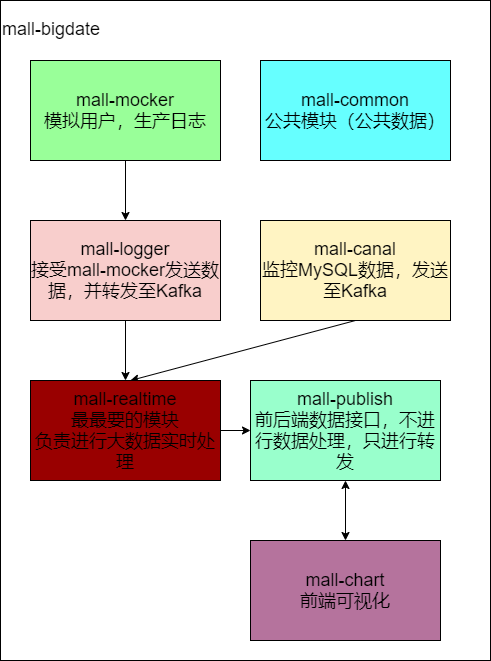
Before: 分模块功能.png, a diagram exported from draw.io (dyzcs/mall-2020). Source tidied: cells renumbered, new cells last; positions are measured from the earlier drawing's top-left corner, leaving out a move shared by most shapes.
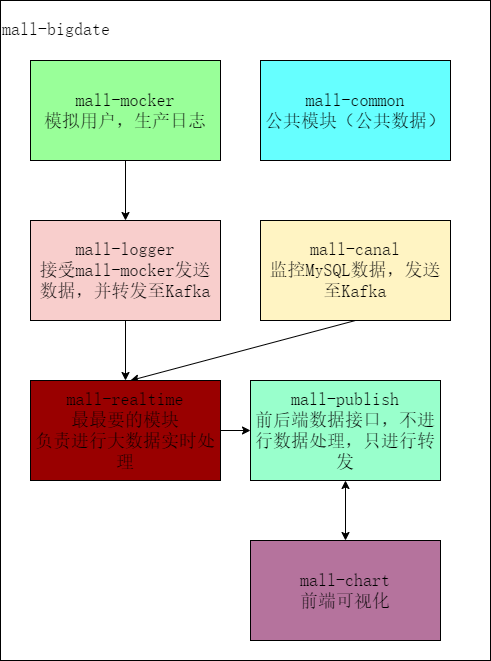
After the change.

Commit message:
更新分模块功能.png

What changed in the source:
```diff
@@ -2,45 +2,45 @@
   <root>
     <mxCell id="0" />
     <mxCell id="1" parent="0" />
-    <mxCell id="2" value="&lt;h1 style=&quot;font-size: 18px;&quot;&gt;&lt;span style=&quot;font-weight: normal; font-size: 18px;&quot;&gt;mall-bigdate&lt;/span&gt;&lt;/h1&gt;" style="rounded=0;whiteSpace=wrap;html=1;align=left;verticalAlign=top;labelBackgroundColor=#ffffff;fontSize=18;" parent="1" vertex="1">
+    <mxCell id="2" value="&lt;h1 style=&quot;font-size: 18px;&quot;&gt;&lt;span style=&quot;font-weight: normal; font-size: 18px;&quot;&gt;mall-bigdate&lt;/span&gt;&lt;/h1&gt;" style="rounded=0;whiteSpace=wrap;html=1;align=left;verticalAlign=top;labelBackgroundColor=#ffffff;fontSize=18;fontFamily=宋体;fontSource=https%3A%2F%2Ffonts.googleapis.com%2Fcss%3Ffamily%3D%25E5%25AE%258B%25E4%25BD%2593;" parent="1" vertex="1">
       <mxGeometry width="490" height="660" as="geometry" />
     </mxCell>
-    <mxCell id="3" style="edgeStyle=none;rounded=0;jettySize=auto;html=1;entryX=0.5;entryY=0;entryDx=0;entryDy=0;fontSize=18;" parent="1" edge="1" source="4" target="10">
+    <mxCell id="3" style="edgeStyle=none;rounded=0;jettySize=auto;html=1;entryX=0.5;entryY=0;entryDx=0;entryDy=0;fontSize=18;fontFamily=宋体;fontSource=https%3A%2F%2Ffonts.googleapis.com%2Fcss%3Ffamily%3D%25E5%25AE%258B%25E4%25BD%2593;" parent="1" edge="1" source="4" target="10">
       <mxGeometry relative="1" as="geometry" />
     </mxCell>
-    <mxCell id="4" value="mall-mocker&lt;div style=&quot;font-size: 18px;&quot;&gt;模拟用户，生产日志&lt;/div&gt;" style="rounded=0;whiteSpace=wrap;html=1;labelBackgroundColor=#99FF99;fillColor=#99FF99;fontSize=18;" parent="1" vertex="1">
+    <mxCell id="4" value="mall-mocker&lt;div style=&quot;font-size: 18px;&quot;&gt;模拟用户，生产日志&lt;/div&gt;" style="rounded=0;whiteSpace=wrap;html=1;labelBackgroundColor=#99FF99;fillColor=#99FF99;fontSize=18;fontFamily=宋体;fontSource=https%3A%2F%2Ffonts.googleapis.com%2Fcss%3Ffamily%3D%25E5%25AE%258B%25E4%25BD%2593;" parent="1" vertex="1">
       <mxGeometry x="30" y="60" width="190" height="100" as="geometry" />
     </mxCell>
-    <mxCell id="5" style="rounded=0;jettySize=auto;html=1;exitX=0.5;exitY=1;exitDx=0;exitDy=0;fontSize=18;" parent="1" edge="1" source="6">
+    <mxCell id="5" style="rounded=0;jettySize=auto;html=1;exitX=0.5;exitY=1;exitDx=0;exitDy=0;fontSize=18;fontFamily=宋体;fontSource=https%3A%2F%2Ffonts.googleapis.com%2Fcss%3Ffamily%3D%25E5%25AE%258B%25E4%25BD%2593;" parent="1" edge="1" source="6">
       <mxGeometry relative="1" as="geometry">
         <mxPoint x="130" y="380" as="targetPoint" />
       </mxGeometry>
     </mxCell>
-    <mxCell id="6" value="mall-canal&lt;br style=&quot;font-size: 18px;&quot;&gt;监控MySQL数据，发送至Kafka" style="rounded=0;whiteSpace=wrap;html=1;fillColor=#FFF4C3;fontSize=18;" parent="1" vertex="1">
+    <mxCell id="6" value="mall-canal&lt;br style=&quot;font-size: 18px;&quot;&gt;监控MySQL数据，发送至Kafka" style="rounded=0;whiteSpace=wrap;html=1;fillColor=#FFF4C3;fontSize=18;fontFamily=宋体;fontSource=https%3A%2F%2Ffonts.googleapis.com%2Fcss%3Ffamily%3D%25E5%25AE%258B%25E4%25BD%2593;" parent="1" vertex="1">
       <mxGeometry x="260" y="220" width="190" height="100" as="geometry" />
     </mxCell>
-    <mxCell id="7" value="mall-chart&lt;br style=&quot;font-size: 18px;&quot;&gt;前端可视化" style="rounded=0;whiteSpace=wrap;html=1;fillColor=#B5739D;fontSize=18;" parent="1" vertex="1">
+    <mxCell id="7" value="mall-chart&lt;br style=&quot;font-size: 18px;&quot;&gt;前端可视化" style="rounded=0;whiteSpace=wrap;html=1;fillColor=#B5739D;fontSize=18;fontFamily=宋体;fontSource=https%3A%2F%2Ffonts.googleapis.com%2Fcss%3Ffamily%3D%25E5%25AE%258B%25E4%25BD%2593;" parent="1" vertex="1">
       <mxGeometry x="250" y="540" width="190" height="100" as="geometry" />
     </mxCell>
-    <mxCell id="8" value="mall-common&lt;br style=&quot;font-size: 18px;&quot;&gt;公共模块（公共数据）" style="rounded=0;whiteSpace=wrap;html=1;fillColor=#66FFFF;fontSize=18;" parent="1" vertex="1">
+    <mxCell id="8" value="mall-common&lt;br style=&quot;font-size: 18px;&quot;&gt;公共模块（公共数据）" style="rounded=0;whiteSpace=wrap;html=1;fillColor=#66FFFF;fontSize=18;fontFamily=宋体;fontSource=https%3A%2F%2Ffonts.googleapis.com%2Fcss%3Ffamily%3D%25E5%25AE%258B%25E4%25BD%2593;" parent="1" vertex="1">
       <mxGeometry x="260" y="60" width="190" height="100" as="geometry" />
     </mxCell>
-    <mxCell id="9" style="edgeStyle=orthogonalEdgeStyle;rounded=0;jettySize=auto;html=1;fontSize=18;" parent="1" edge="1" source="10" target="13">
+    <mxCell id="9" style="edgeStyle=orthogonalEdgeStyle;rounded=0;jettySize=auto;html=1;fontSize=18;fontFamily=宋体;fontSource=https%3A%2F%2Ffonts.googleapis.com%2Fcss%3Ffamily%3D%25E5%25AE%258B%25E4%25BD%2593;" parent="1" edge="1" source="10" target="13">
       <mxGeometry relative="1" as="geometry" />
     </mxCell>
-    <mxCell id="10" value="mall-logger&lt;br style=&quot;font-size: 18px;&quot;&gt;接受mall-mocker发送数据，并转发至Kafka" style="rounded=0;whiteSpace=wrap;html=1;fillColor=#F8CECC;fontSize=18;" parent="1" vertex="1">
+    <mxCell id="10" value="mall-logger&lt;br style=&quot;font-size: 18px;&quot;&gt;接受mall-mocker发送数据，并转发至Kafka" style="rounded=0;whiteSpace=wrap;html=1;fillColor=#F8CECC;fontSize=18;fontFamily=宋体;fontSource=https%3A%2F%2Ffonts.googleapis.com%2Fcss%3Ffamily%3D%25E5%25AE%258B%25E4%25BD%2593;" parent="1" vertex="1">
       <mxGeometry x="30" y="220" width="190" height="100" as="geometry" />
     </mxCell>
-    <mxCell id="11" value="mall-publish&lt;br style=&quot;font-size: 18px;&quot;&gt;前后端数据接口，不进行数据处理，只进行转发" style="rounded=0;whiteSpace=wrap;html=1;fillColor=#99FFCC;fontSize=18;" parent="1" vertex="1">
+    <mxCell id="11" value="mall-publish&lt;br style=&quot;font-size: 18px;&quot;&gt;前后端数据接口，不进行数据处理，只进行转发" style="rounded=0;whiteSpace=wrap;html=1;fillColor=#99FFCC;fontSize=18;fontFamily=宋体;fontSource=https%3A%2F%2Ffonts.googleapis.com%2Fcss%3Ffamily%3D%25E5%25AE%258B%25E4%25BD%2593;" parent="1" vertex="1">
       <mxGeometry x="250" y="380" width="190" height="100" as="geometry" />
     </mxCell>
-    <mxCell id="12" style="edgeStyle=none;rounded=0;jettySize=auto;html=1;exitX=1;exitY=0.5;exitDx=0;exitDy=0;entryX=0;entryY=0.5;entryDx=0;entryDy=0;fontSize=18;" parent="1" edge="1" source="13" target="11">
+    <mxCell id="12" style="edgeStyle=none;rounded=0;jettySize=auto;html=1;exitX=1;exitY=0.5;exitDx=0;exitDy=0;entryX=0;entryY=0.5;entryDx=0;entryDy=0;fontSize=18;fontFamily=宋体;fontSource=https%3A%2F%2Ffonts.googleapis.com%2Fcss%3Ffamily%3D%25E5%25AE%258B%25E4%25BD%2593;" parent="1" edge="1" source="13" target="11">
       <mxGeometry relative="1" as="geometry" />
     </mxCell>
-    <mxCell id="13" value="mall-realtime&lt;br style=&quot;font-size: 18px;&quot;&gt;最最要的模块&lt;br style=&quot;font-size: 18px;&quot;&gt;负责进行大数据实时处理" style="rounded=0;whiteSpace=wrap;html=1;fillColor=#990000;fontSize=18;" parent="1" vertex="1">
+    <mxCell id="13" value="mall-realtime&lt;br style=&quot;font-size: 18px;&quot;&gt;最最要的模块&lt;br style=&quot;font-size: 18px;&quot;&gt;负责进行大数据实时处理" style="rounded=0;whiteSpace=wrap;html=1;fillColor=#990000;fontSize=18;fontFamily=宋体;fontSource=https%3A%2F%2Ffonts.googleapis.com%2Fcss%3Ffamily%3D%25E5%25AE%258B%25E4%25BD%2593;" parent="1" vertex="1">
       <mxGeometry x="30" y="380" width="190" height="100" as="geometry" />
     </mxCell>
-    <mxCell id="14" style="endArrow=classic;startArrow=classic;html=1;entryX=0.5;entryY=1;entryDx=0;entryDy=0;exitX=0.5;exitY=0;exitDx=0;exitDy=0;fontSize=18;" parent="1" edge="1" source="7" target="11">
+    <mxCell id="14" style="endArrow=classic;startArrow=classic;html=1;entryX=0.5;entryY=1;entryDx=0;entryDy=0;exitX=0.5;exitY=0;exitDx=0;exitDy=0;fontSize=18;fontFamily=宋体;fontSource=https%3A%2F%2Ffonts.googleapis.com%2Fcss%3Ffamily%3D%25E5%25AE%258B%25E4%25BD%2593;" parent="1" edge="1" source="7" target="11">
       <mxGeometry relative="1" as="geometry" />
     </mxCell>
   </root>
```
